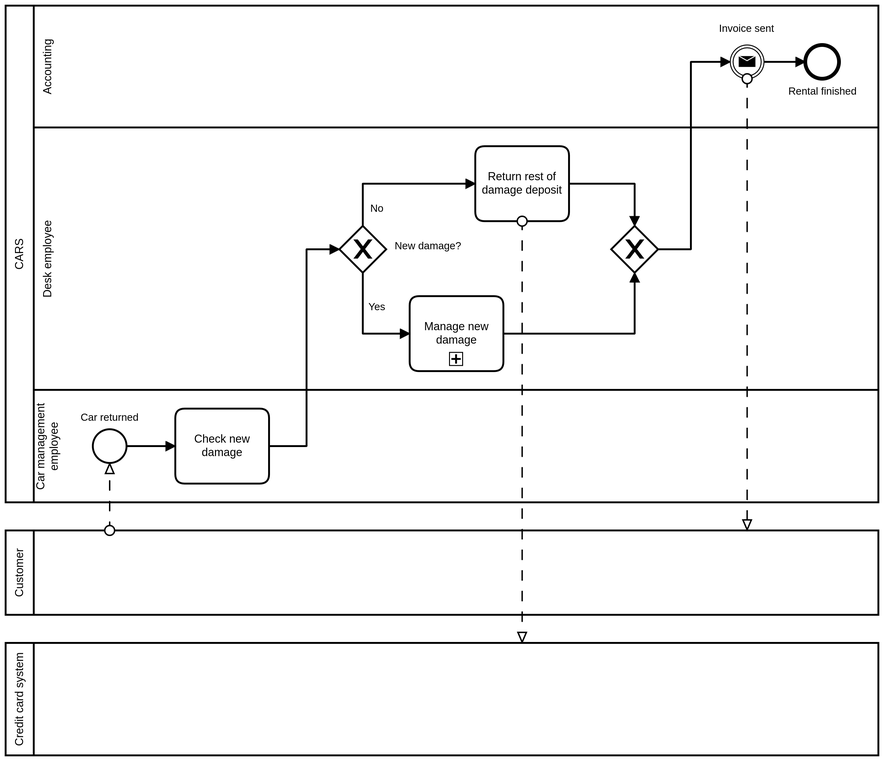
This is car_rental/models/checkin_process.png from franco-ruggeri/polito-information-systems, a BPMN export, as it was before one commit. Its source is kept beside it as car_rental/models/checkin_process.bpmn. Ids are renumbered.
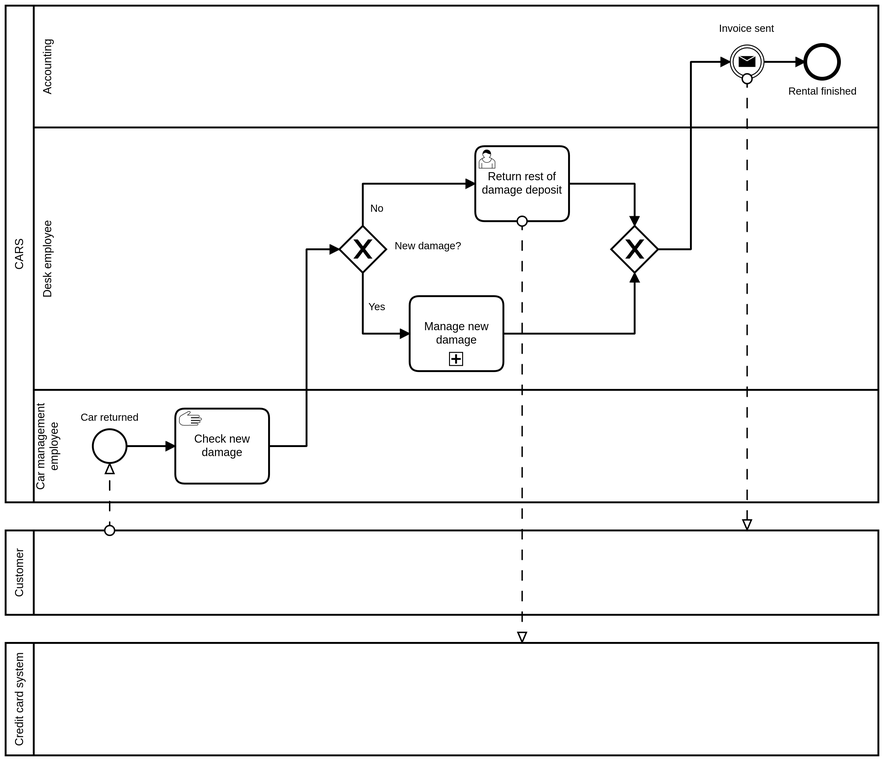
The same diagram one commit later.

Commit message:
Minor changes in all processes BPMN

What changed in the source:
```diff
@@ -11,13 +11,13 @@
     <bpmn:laneSet id="LaneSet_n14">
       <bpmn:lane id="Lane_n15" name="Desk employee">
         <bpmn:flowNodeRef>Gateway_n16</bpmn:flowNodeRef>
-        <bpmn:flowNodeRef>Activity_n11</bpmn:flowNodeRef>
         <bpmn:flowNodeRef>Gateway_n17</bpmn:flowNodeRef>
         <bpmn:flowNodeRef>Activity_n18</bpmn:flowNodeRef>
+        <bpmn:flowNodeRef>Activity_n11</bpmn:flowNodeRef>
       </bpmn:lane>
       <bpmn:lane id="Lane_n19" name="Car management employee">
+        <bpmn:flowNodeRef>StartEvent_1</bpmn:flowNodeRef>
         <bpmn:flowNodeRef>Activity_n20</bpmn:flowNodeRef>
-        <bpmn:flowNodeRef>StartEvent_1</bpmn:flowNodeRef>
       </bpmn:lane>
       <bpmn:lane id="Lane_n21" name="Accounting">
         <bpmn:flowNodeRef>Event_n22</bpmn:flowNodeRef>
@@ -40,14 +40,6 @@
       <bpmn:outgoing>Flow_n27</bpmn:outgoing>
       <bpmn:outgoing>Flow_n28</bpmn:outgoing>
     </bpmn:exclusiveGateway>
-    <bpmn:task id="Activity_n11" name="Return rest of damage deposit">
-      <bpmn:incoming>Flow_n28</bpmn:incoming>
-      <bpmn:outgoing>Flow_n29</bpmn:outgoing>
-    </bpmn:task>
-    <bpmn:subProcess id="Activity_n18" name="Manage new damage">
-      <bpmn:incoming>Flow_n27</bpmn:incoming>
-      <bpmn:outgoing>Flow_n30</bpmn:outgoing>
-    </bpmn:subProcess>
     <bpmn:exclusiveGateway id="Gateway_n17">
       <bpmn:incoming>Flow_n29</bpmn:incoming>
       <bpmn:incoming>Flow_n30</bpmn:incoming>
@@ -57,14 +49,22 @@
     <bpmn:sequenceFlow id="Flow_n28" name="No" sourceRef="Gateway_n16" targetRef="Activity_n11" />
     <bpmn:sequenceFlow id="Flow_n29" sourceRef="Activity_n11" targetRef="Gateway_n17" />
     <bpmn:sequenceFlow id="Flow_n30" sourceRef="Activity_n18" targetRef="Gateway_n17" />
-    <bpmn:task id="Activity_n20" name="Check new damage">
-      <bpmn:incoming>Flow_n31</bpmn:incoming>
-      <bpmn:outgoing>Flow_n26</bpmn:outgoing>
-    </bpmn:task>
     <bpmn:startEvent id="StartEvent_1" name="Car returned">
       <bpmn:outgoing>Flow_n31</bpmn:outgoing>
     </bpmn:startEvent>
     <bpmn:sequenceFlow id="Flow_n31" sourceRef="StartEvent_1" targetRef="Activity_n20" />
+    <bpmn:manualTask id="Activity_n20" name="Check new damage">
+      <bpmn:incoming>Flow_n31</bpmn:incoming>
+      <bpmn:outgoing>Flow_n26</bpmn:outgoing>
+    </bpmn:manualTask>
+    <bpmn:subProcess id="Activity_n18" name="Manage new damage">
+      <bpmn:incoming>Flow_n27</bpmn:incoming>
+      <bpmn:outgoing>Flow_n30</bpmn:outgoing>
+    </bpmn:subProcess>
+    <bpmn:userTask id="Activity_n11" name="Return rest of damage deposit">
+      <bpmn:incoming>Flow_n28</bpmn:incoming>
+      <bpmn:outgoing>Flow_n29</bpmn:outgoing>
+    </bpmn:userTask>
   </bpmn:process>
   <bpmn:process id="Process_n6" isExecutable="false" />
   <bpmn:process id="Process_n8" isExecutable="false" />
@@ -146,20 +146,20 @@
           <dc:Bounds x="544" y="330" width="71" height="14" />
         </bpmndi:BPMNLabel>
       </bpmndi:BPMNShape>
-      <bpmndi:BPMNShape id="Activity_n11_di" bpmnElement="Activity_n11">
-        <dc:Bounds x="630" y="230" width="100" height="80" />
-      </bpmndi:BPMNShape>
       <bpmndi:BPMNShape id="Gateway_n17_di" bpmnElement="Gateway_n17" isMarkerVisible="true">
         <dc:Bounds x="775" y="315" width="50" height="50" />
-      </bpmndi:BPMNShape>
-      <bpmndi:BPMNShape id="Activity_n20_di" bpmnElement="Activity_n20">
-        <dc:Bounds x="310" y="510" width="100" height="80" />
       </bpmndi:BPMNShape>
       <bpmndi:BPMNShape id="Event_039gp4v_di" bpmnElement="StartEvent_1">
         <dc:Bounds x="222" y="532" width="36" height="36" />
         <bpmndi:BPMNLabel>
           <dc:Bounds x="209" y="513" width="62" height="14" />
         </bpmndi:BPMNLabel>
+      </bpmndi:BPMNShape>
+      <bpmndi:BPMNShape id="Activity_0xkxv0y_di" bpmnElement="Activity_n20">
+        <dc:Bounds x="310" y="510" width="100" height="80" />
+      </bpmndi:BPMNShape>
+      <bpmndi:BPMNShape id="Activity_1dv41rv_di" bpmnElement="Activity_n11">
+        <dc:Bounds x="630" y="230" width="100" height="80" />
       </bpmndi:BPMNShape>
       <bpmndi:BPMNShape id="Activity_0e8pc8k_di" bpmnElement="Activity_n18">
         <dc:Bounds x="560" y="390" width="100" height="80" />
```
